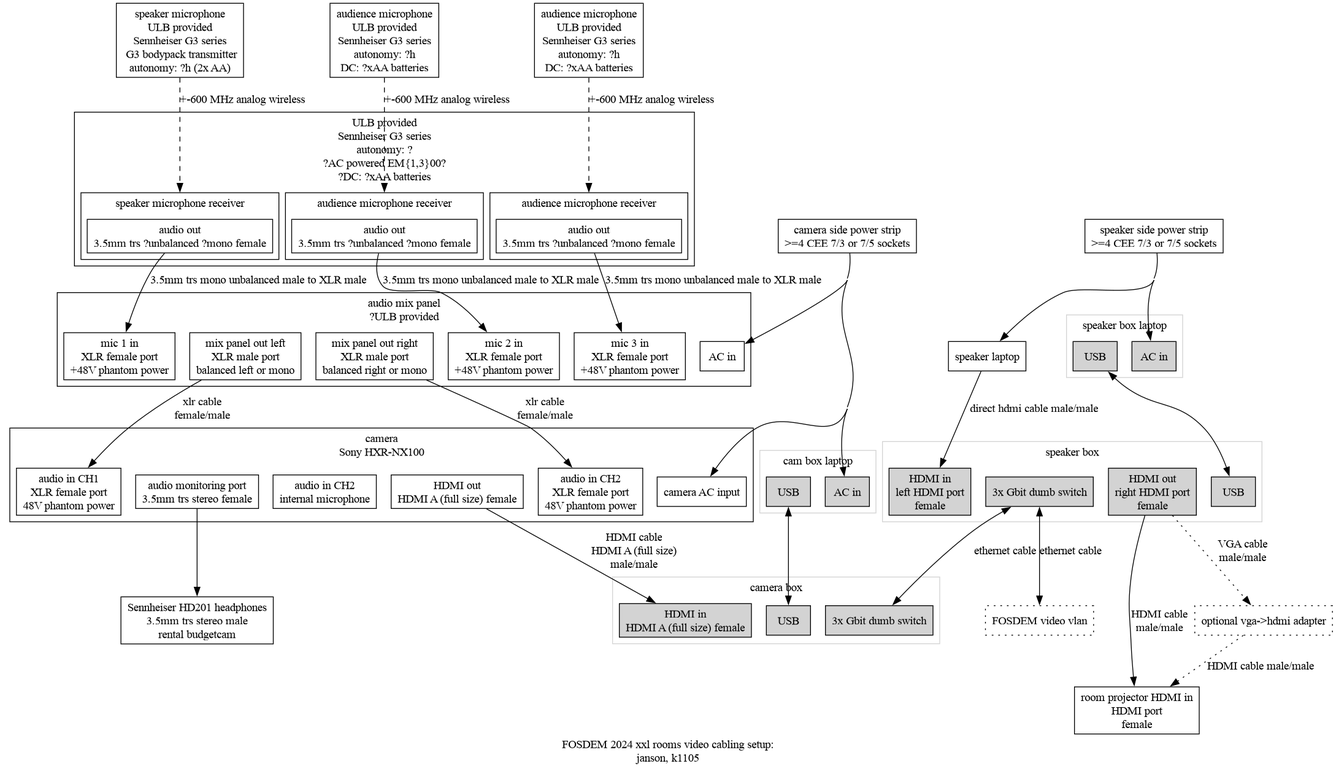
This is graph/cabling_xxl_rooms.png from zeridon/video, a Graphviz export, as it was before one commit. Its source is kept beside it as graph/cabling_xxl_rooms.dot. The source it was exported from:
```dot
digraph G {
	label="FOSDEM 2024 xxl rooms video cabling setup:\njanson, k1105";
	concentrate = true;
	compound = true;
	node [shape = box];


	speaker_microphone [label="speaker microphone\nULB provided\nSennheiser G3 series\n G3 bodypack transmitter\nautonomy: ?h (2x AA)",URL="https://en-us.sennheiser.com/global-downloads/file/671/Set100PG3_US_INT.pdf"];
	audience_microphone_1 [label="audience microphone\nULB provided\nSennheiser G3 series\nautonomy: ?h\nDC: ?xAA batteries", URL="https://en-us.sennheiser.com/global-downloads/file/671/Set100PG3_US_INT.pdf"];
	audience_microphone_2 [label="audience microphone\nULB provided\nSennheiser G3 series\nautonomy: ?h\nDC: ?xAA batteries", URL="https://en-us.sennheiser.com/global-downloads/file/671/Set100PG3_US_INT.pdf"];

	subgraph cluster_microphone_receivers {
		label = "ULB provided\nSennheiser G3 series\nautonomy: ?\n?AC powered EM{1,3}00?\n?DC: ?xAA batteries";
		subgraph cluster_speaker_microphone_receiver {
			label="speaker microphone receiver";
			URL = "https://en-us.sennheiser.com/global-downloads/file/671/Set100PG3_US_INT.pdf";
			speaker_microphone_receiver_audio_out [label = "audio out\n3.5mm trs ?unbalanced ?mono female"];
		}
		subgraph cluster_audience_microphone_1_receiver {
			label="audience microphone receiver";
			URL = "https://en-us.sennheiser.com/global-downloads/file/671/Set100PG3_US_INT.pdf";
			audience_microphone_1_receiver_audio_out [label = "audio out\n3.5mm trs ?unbalanced ?mono female"];
		}
		subgraph cluster_audience_microphone_2_receiver {
			label="audience microphone receiver";
			URL = "https://en-us.sennheiser.com/global-downloads/file/671/Set100PG3_US_INT.pdf";
			audience_microphone_2_receiver_audio_out [label = "audio out\n3.5mm trs ?unbalanced ?mono female"];
		}
	}

	room_projector_optional_adapter [label = "optional vga->hdmi adapter", style="dotted"];
	speaker_laptop [label = "speaker laptop"];

	subgraph cluster_camera {
		label="camera\nSony HXR-NX100"
			URL="https://pro.sony.com/bbsccms/assets/files/micro/nxcam/latest/Sony_HXR-NX100.pdf";
		camera_xlr_in_1 [label = "audio in CH1\nXLR female port\n48V phantom power"];
		camera_xlr_in_2 [label = "audio in CH2\nXLR female port\n48V phantom power"];
		camera_hdmi_out [label = "HDMI out\nHDMI A (full size) female"];
		camera_internal_mic [label="audio in CH2\ninternal microphone"];
		camera_audio_monitor [label="audio monitoring port\n3.5mm trs stereo female"];
		camera_ac_in [label="camera AC input"];
	}

	subgraph fosdem_network {
		color = lightgrey;
		node [style = filled];

		subgraph cam {
			label = "";
			subgraph cluster_cam_laptop {
				label = "cam box laptop";
				cam_laptop_ac_in [label="AC in"];
				cam_laptop_usb [label="USB"];
			}
			subgraph cluster_cam_box {
				label = "camera box";
				URL = "https://github.com/FOSDEM/video";
				cam_box_hdmi_in [label="HDMI in\nHDMI A (full size) female"];
				cam_box_switch [label="3x Gbit dumb switch"];
				cam_box_usb [label="USB"];
			}
			cam_laptop_usb -> cam_box_usb [ dir = "both" ];
		}

		subgraph speaker {
			label="";
			subgraph cluster_speaker_box {
				label = "speaker box";
				URL = "https://github.com/FOSDEM/video";
				speaker_box_hdmi_in [label="HDMI in\nleft HDMI port\nfemale"];
				speaker_box_hdmi_out [label="HDMI out\nright HDMI port\nfemale"];
				speaker_box_switch [label="3x Gbit dumb switch"];
				speaker_box_usb [label="USB"];
			}
				subgraph cluster_speaker_video_laptop {
				label = "speaker box laptop"
				speaker_video_laptop_ac_in [label="AC in"];
				speaker_video_laptop_usb [label="USB"];
			}
			speaker_video_laptop_usb -> speaker_box_usb [ dir = "both" ];
		}
	}

	subgraph cluster_mix_panel {
		label="audio mix panel\n?ULB provided";
		url = "http://usa.yamaha.com/products/live_sound/mixers/analog-mixers/mg_standard_model/mg06/";
		mix_panel_mic_1_in [label="mic 1 in\nXLR female port\n+48V phantom power"];
		mix_panel_mic_2_in [label="mic 2 in\nXLR female port\n+48V phantom power"];
		mix_panel_mic_3_in [label="mic 3 in\nXLR female port\n+48V phantom power"];
		mix_panel_out_1 [label="mix panel out left\nXLR male port\nbalanced left or mono"];
		mix_panel_out_2 [label="mix panel out right\nXLR male port\nbalanced right or mono"];
		mix_panel_ac_in [label="AC in"];
	}
	cam_power_strip [label="camera side power strip\n>=4 CEE 7/3 or 7/5 sockets"];
	speaker_power_strip [label="speaker side power strip\n>=4 CEE 7/3 or 7/5 sockets"];

	room_projector [label="room projector HDMI in\nHDMI port\nfemale"];
	headphones [label="Sennheiser HD201 headphones\n3.5mm trs stereo male\nrental budgetcam", URL="https://en-us.sennheiser.com/over-ear-headphones-hd-201"];
	video_vlan [label="FOSDEM video vlan", style="dotted"];

	speaker_microphone -> speaker_microphone_receiver_audio_out [label = "+-600 MHz analog wireless", lhead = cluster_speaker_microphone_receiver, style = dashed ];
	audience_microphone_1 -> audience_microphone_1_receiver_audio_out [label = "+-600 MHz analog wireless", lhead = cluster_audience_microphone_1_receiver, style = dashed ];
	audience_microphone_2 -> audience_microphone_2_receiver_audio_out [label = "+-600 MHz analog wireless", lhead = cluster_audience_microphone_2_receiver, style = dashed ];
	speaker_microphone_receiver_audio_out -> mix_panel_mic_1_in [label = "3.5mm trs mono unbalanced male to XLR male"];
	audience_microphone_1_receiver_audio_out -> mix_panel_mic_2_in [label = "3.5mm trs mono unbalanced male to XLR male"];
	audience_microphone_2_receiver_audio_out -> mix_panel_mic_3_in [label = "3.5mm trs mono unbalanced male to XLR male"];

	mix_panel_out_1 -> camera_xlr_in_1 [label = "xlr cable\nfemale/male"];
	mix_panel_out_2 -> camera_xlr_in_2 [label = "xlr cable\nfemale/male"];
	speaker_laptop -> speaker_box_hdmi_in [label = "direct hdmi cable male/male"];
	speaker_box_hdmi_out -> room_projector_optional_adapter [label = "VGA cable\nmale/male", style = "dotted"];
	room_projector_optional_adapter -> room_projector [label = "HDMI cable male/male", style = "dotted"];
	camera_hdmi_out -> cam_box_hdmi_in [label = "HDMI cable\nHDMI A (full size)\nmale/male"];
	speaker_box_hdmi_out -> room_projector [label = "HDMI cable\nmale/male"];
	camera_audio_monitor -> headphones;
	speaker_box_switch -> video_vlan [dir = "both", label = "ethernet cable"];
	speaker_box_switch -> cam_box_switch [dir = "both", label = "ethernet cable"];

	# AC power
	cam_power_strip -> camera_ac_in;
	cam_power_strip -> cam_laptop_ac_in;
	cam_power_strip -> mix_panel_ac_in;

	speaker_power_strip -> speaker_laptop;
	speaker_power_strip -> speaker_video_laptop_ac_in;
}
```
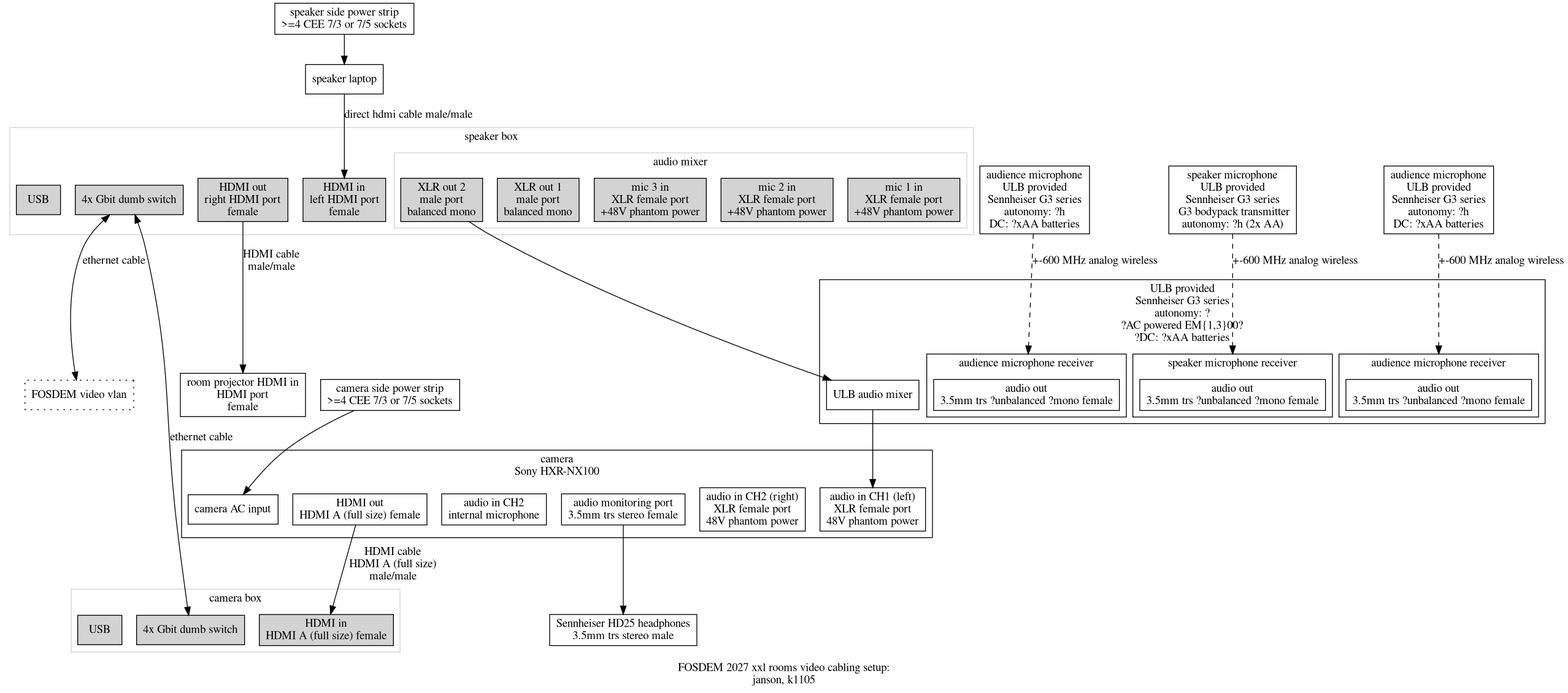
The same diagram one commit later.

Commit message:
update xxl room cabling diagrams

What changed in the source:
```diff
@@ -1,5 +1,5 @@
 digraph G {
-	label="FOSDEM 2024 xxl rooms video cabling setup:\njanson, k1105";
+	label="FOSDEM 2027 xxl rooms video cabling setup:\njanson, k1105";
 	concentrate = true;
 	compound = true;
 	node [shape = box];
@@ -26,16 +26,17 @@
 			URL = "https://en-us.sennheiser.com/global-downloads/file/671/Set100PG3_US_INT.pdf";
 			audience_microphone_2_receiver_audio_out [label = "audio out\n3.5mm trs ?unbalanced ?mono female"];
 		}
+		ulb_mixer [label="ULB audio mixer"];
 	}
 
-	room_projector_optional_adapter [label = "optional vga->hdmi adapter", style="dotted"];
+
 	speaker_laptop [label = "speaker laptop"];
 
 	subgraph cluster_camera {
 		label="camera\nSony HXR-NX100"
 			URL="https://pro.sony.com/bbsccms/assets/files/micro/nxcam/latest/Sony_HXR-NX100.pdf";
-		camera_xlr_in_1 [label = "audio in CH1\nXLR female port\n48V phantom power"];
-		camera_xlr_in_2 [label = "audio in CH2\nXLR female port\n48V phantom power"];
+		camera_xlr_in_1 [label = "audio in CH1 (left)\nXLR female port\n48V phantom power"];
+		camera_xlr_in_2 [label = "audio in CH2 (right)\nXLR female port\n48V phantom power"];
 		camera_hdmi_out [label = "HDMI out\nHDMI A (full size) female"];
 		camera_internal_mic [label="audio in CH2\ninternal microphone"];
 		camera_audio_monitor [label="audio monitoring port\n3.5mm trs stereo female"];
@@ -48,19 +49,13 @@
 
 		subgraph cam {
 			label = "";
-			subgraph cluster_cam_laptop {
-				label = "cam box laptop";
-				cam_laptop_ac_in [label="AC in"];
-				cam_laptop_usb [label="USB"];
-			}
 			subgraph cluster_cam_box {
 				label = "camera box";
 				URL = "https://github.com/FOSDEM/video";
 				cam_box_hdmi_in [label="HDMI in\nHDMI A (full size) female"];
-				cam_box_switch [label="3x Gbit dumb switch"];
+				cam_box_switch [label="4x Gbit dumb switch"];
 				cam_box_usb [label="USB"];
 			}
-			cam_laptop_usb -> cam_box_usb [ dir = "both" ];
 		}
 
 		subgraph speaker {
@@ -70,58 +65,43 @@
 				URL = "https://github.com/FOSDEM/video";
 				speaker_box_hdmi_in [label="HDMI in\nleft HDMI port\nfemale"];
 				speaker_box_hdmi_out [label="HDMI out\nright HDMI port\nfemale"];
-				speaker_box_switch [label="3x Gbit dumb switch"];
+				speaker_box_switch [label="4x Gbit dumb switch"];
 				speaker_box_usb [label="USB"];
-			}
-				subgraph cluster_speaker_video_laptop {
-				label = "speaker box laptop"
-				speaker_video_laptop_ac_in [label="AC in"];
-				speaker_video_laptop_usb [label="USB"];
-			}
-			speaker_video_laptop_usb -> speaker_box_usb [ dir = "both" ];
+				subgraph cluster_mix_panel {
+					label = "audio mixer";
+					mix_panel_mic_1_in [label="mic 1 in\nXLR female port\n+48V phantom power"];
+					mix_panel_mic_2_in [label="mic 2 in\nXLR female port\n+48V phantom power"];
+					mix_panel_mic_3_in [label="mic 3 in\nXLR female port\n+48V phantom power"];
+					mix_panel_out_1 [label="XLR out 1\nmale port\nbalanced mono"];
+					mix_panel_out_2 [label="XLR out 2\nmale port\nbalanced mono"];
+				}
+	}
 		}
 	}
 
-	subgraph cluster_mix_panel {
-		label="audio mix panel\n?ULB provided";
-		url = "http://usa.yamaha.com/products/live_sound/mixers/analog-mixers/mg_standard_model/mg06/";
-		mix_panel_mic_1_in [label="mic 1 in\nXLR female port\n+48V phantom power"];
-		mix_panel_mic_2_in [label="mic 2 in\nXLR female port\n+48V phantom power"];
-		mix_panel_mic_3_in [label="mic 3 in\nXLR female port\n+48V phantom power"];
-		mix_panel_out_1 [label="mix panel out left\nXLR male port\nbalanced left or mono"];
-		mix_panel_out_2 [label="mix panel out right\nXLR male port\nbalanced right or mono"];
-		mix_panel_ac_in [label="AC in"];
-	}
 	cam_power_strip [label="camera side power strip\n>=4 CEE 7/3 or 7/5 sockets"];
 	speaker_power_strip [label="speaker side power strip\n>=4 CEE 7/3 or 7/5 sockets"];
 
 	room_projector [label="room projector HDMI in\nHDMI port\nfemale"];
-	headphones [label="Sennheiser HD201 headphones\n3.5mm trs stereo male\nrental budgetcam", URL="https://en-us.sennheiser.com/over-ear-headphones-hd-201"];
-	video_vlan [label="FOSDEM video vlan", style="dotted"];
+	headphones [label="Sennheiser HD25 headphones\n3.5mm trs stereo male", URL="https://www.sennheiser.com/en-us/catalog/products/headphones/hd-25/hd-25-506909"];
+video_vlan [label="FOSDEM video vlan", style="dotted"];
 
 	speaker_microphone -> speaker_microphone_receiver_audio_out [label = "+-600 MHz analog wireless", lhead = cluster_speaker_microphone_receiver, style = dashed ];
 	audience_microphone_1 -> audience_microphone_1_receiver_audio_out [label = "+-600 MHz analog wireless", lhead = cluster_audience_microphone_1_receiver, style = dashed ];
 	audience_microphone_2 -> audience_microphone_2_receiver_audio_out [label = "+-600 MHz analog wireless", lhead = cluster_audience_microphone_2_receiver, style = dashed ];
-	speaker_microphone_receiver_audio_out -> mix_panel_mic_1_in [label = "3.5mm trs mono unbalanced male to XLR male"];
-	audience_microphone_1_receiver_audio_out -> mix_panel_mic_2_in [label = "3.5mm trs mono unbalanced male to XLR male"];
-	audience_microphone_2_receiver_audio_out -> mix_panel_mic_3_in [label = "3.5mm trs mono unbalanced male to XLR male"];
 
-	mix_panel_out_1 -> camera_xlr_in_1 [label = "xlr cable\nfemale/male"];
-	mix_panel_out_2 -> camera_xlr_in_2 [label = "xlr cable\nfemale/male"];
 	speaker_laptop -> speaker_box_hdmi_in [label = "direct hdmi cable male/male"];
-	speaker_box_hdmi_out -> room_projector_optional_adapter [label = "VGA cable\nmale/male", style = "dotted"];
-	room_projector_optional_adapter -> room_projector [label = "HDMI cable male/male", style = "dotted"];
 	camera_hdmi_out -> cam_box_hdmi_in [label = "HDMI cable\nHDMI A (full size)\nmale/male"];
 	speaker_box_hdmi_out -> room_projector [label = "HDMI cable\nmale/male"];
 	camera_audio_monitor -> headphones;
 	speaker_box_switch -> video_vlan [dir = "both", label = "ethernet cable"];
 	speaker_box_switch -> cam_box_switch [dir = "both", label = "ethernet cable"];
 
+	ulb_mixer -> camera_xlr_in_1;
+	mix_panel_out_2 -> ulb_mixer;
+
 	# AC power
 	cam_power_strip -> camera_ac_in;
-	cam_power_strip -> cam_laptop_ac_in;
-	cam_power_strip -> mix_panel_ac_in;
 
 	speaker_power_strip -> speaker_laptop;
-	speaker_power_strip -> speaker_video_laptop_ac_in;
 }
```
